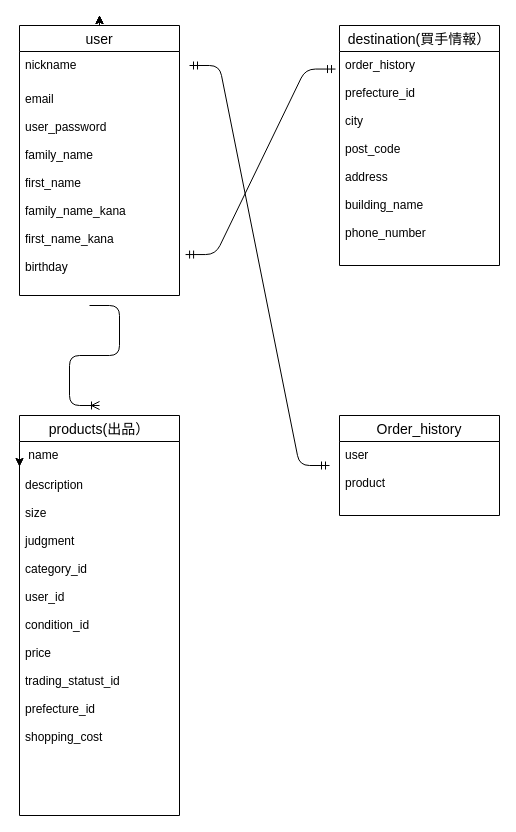
kitou44/furima-30571 keeps this draw.io diagram as page "ページ1" (1 of 3) of test.dio. Above is the earlier version. Source tidied: cells renumbered, new cells numbered last; positions are measured from the earlier drawing's top-left corner, leaving out a move shared by most shapes. Both pictures are drawn from the tidied source at 100%, with x=0, y=0 at pixel (19, 15).
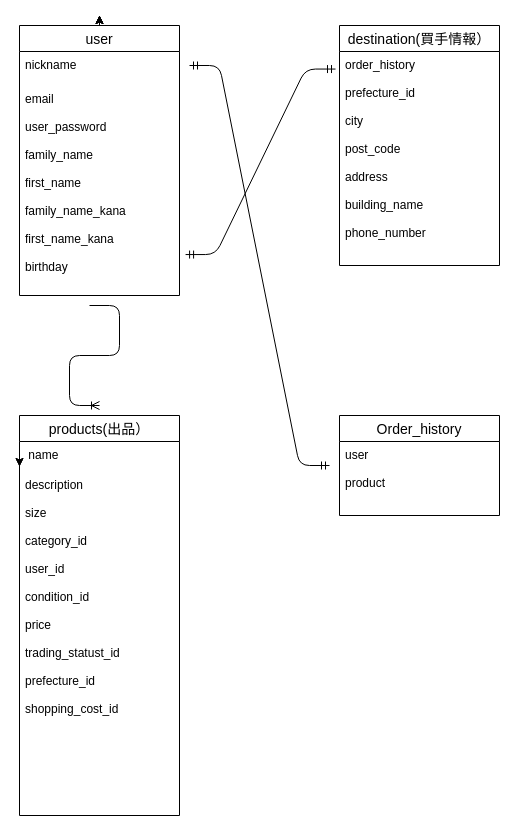
After the change.

Unchanged cells that the change refers to:
```xml
<mxCell id="10" value="products(出品）" style="swimlane;fontStyle=0;horizontal=1;startSize=26;align=center;fontSize=14;rounded=0;sketch=0;" parent="1" vertex="1">
  <mxGeometry y="400" width="160" height="400" as="geometry" />
</mxCell>
```

Diff of the diagram source:
```diff
@@
-    <mxCell id="12" value="description&#10;&#10;size&#10;&#10;judgment&#10;&#10;category_id&#10;&#10;user_id&#10;&#10;condition_id&#10;&#10;price&#10;&#10;trading_statust_id&#10;&#10;prefecture_id&#10;&#10;shopping_cost" style="text;strokeColor=none;fillColor=none;spacingLeft=4;spacingRight=4;overflow=hidden;fontSize=12;" parent="10" vertex="1">
+    <mxCell id="12" value="description&#10;&#10;size&#10;&#10;category_id&#10;&#10;user_id&#10;&#10;condition_id&#10;&#10;price&#10;&#10;trading_statust_id&#10;&#10;prefecture_id&#10;&#10;shopping_cost_id" style="text;strokeColor=none;fillColor=none;spacingLeft=4;spacingRight=4;overflow=hidden;fontSize=12;" parent="10" vertex="1">
       <mxGeometry y="56" width="160" height="344" as="geometry" />
     </mxCell>
```
